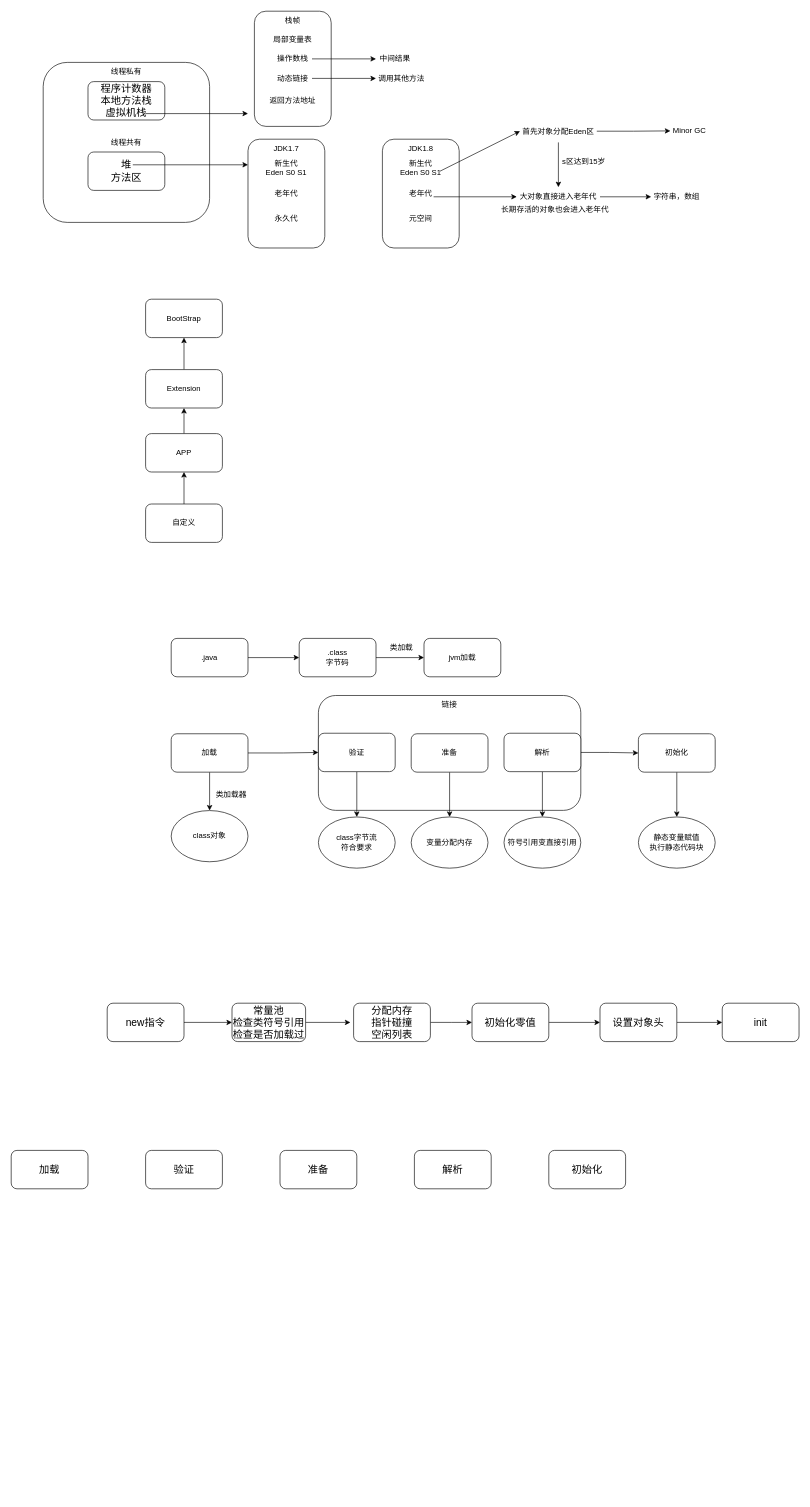
This is JVM.drawio from 1155200424/diagrams, a draw.io file, before an edit. Source tidied: cells renumbered, new cells numbered last; positions are measured from the earlier drawing's top-left corner, leaving out a move shared by most shapes. Both pictures are drawn from the tidied source at 64%, with x=0, y=0 at pixel (11, 11).
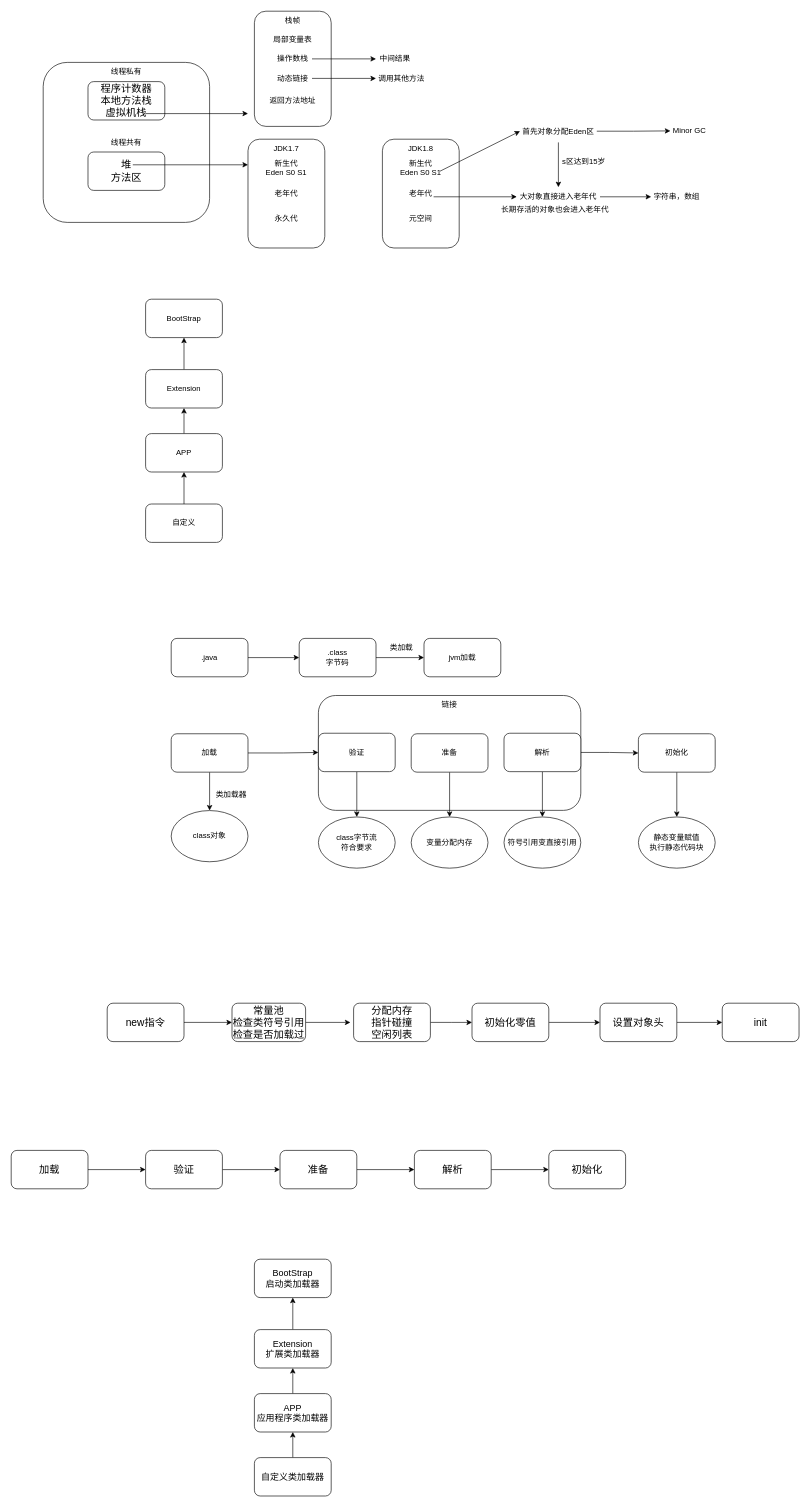
The same diagram, later.

Unchanged cells that the change refers to:
```xml
<mxCell id="84" value="加载" style="rounded=1;whiteSpace=wrap;html=1;fontSize=16;" parent="1" vertex="1">
  <mxGeometry y="1780" width="120" height="60" as="geometry" />
</mxCell>
<mxCell id="85" value="验证" style="rounded=1;whiteSpace=wrap;html=1;fontSize=16;" parent="1" vertex="1">
  <mxGeometry x="210" y="1780" width="120" height="60" as="geometry" />
</mxCell>
<mxCell id="86" value="准备" style="rounded=1;whiteSpace=wrap;html=1;fontSize=16;" parent="1" vertex="1">
  <mxGeometry x="420" y="1780" width="120" height="60" as="geometry" />
</mxCell>
<mxCell id="87" value="解析" style="rounded=1;whiteSpace=wrap;html=1;fontSize=16;" parent="1" vertex="1">
  <mxGeometry x="630" y="1780" width="120" height="60" as="geometry" />
</mxCell>
<mxCell id="88" value="初始化" style="rounded=1;whiteSpace=wrap;html=1;fontSize=16;" parent="1" vertex="1">
  <mxGeometry x="840" y="1780" width="120" height="60" as="geometry" />
</mxCell>
```

Diff of the diagram source:
```diff
@@
+    <mxCell id="89" style="edgeStyle=orthogonalEdgeStyle;rounded=0;jettySize=auto;html=1;exitX=1;exitY=0.5;exitDx=0;exitDy=0;" parent="1" edge="1" source="84" target="85">
+      <mxGeometry relative="1" as="geometry" />
+    </mxCell>
@@
+    <mxCell id="90" style="edgeStyle=orthogonalEdgeStyle;rounded=0;jettySize=auto;html=1;exitX=1;exitY=0.5;exitDx=0;exitDy=0;" parent="1" edge="1" source="85" target="86">
+      <mxGeometry relative="1" as="geometry" />
+    </mxCell>
@@
+    <mxCell id="91" style="edgeStyle=orthogonalEdgeStyle;rounded=0;jettySize=auto;html=1;exitX=1;exitY=0.5;exitDx=0;exitDy=0;" parent="1" edge="1" source="86" target="87">
+      <mxGeometry relative="1" as="geometry" />
+    </mxCell>
@@
+    <mxCell id="92" style="edgeStyle=orthogonalEdgeStyle;rounded=0;jettySize=auto;html=1;exitX=1;exitY=0.5;exitDx=0;exitDy=0;entryX=0;entryY=0.5;entryDx=0;entryDy=0;" parent="1" edge="1" source="87" target="88">
+      <mxGeometry relative="1" as="geometry" />
+    </mxCell>
@@
+    <mxCell id="93" style="edgeStyle=orthogonalEdgeStyle;rounded=0;jettySize=auto;html=1;exitX=0.5;exitY=0;exitDx=0;exitDy=0;" parent="1" edge="1" source="94" target="96">
+      <mxGeometry relative="1" as="geometry" />
+    </mxCell>
+    <mxCell id="94" value="APP&lt;div style=&quot;font-size: 14px;&quot;&gt;应用程序类加载器&lt;/div&gt;" style="rounded=1;whiteSpace=wrap;html=1;fontSize=14;" parent="1" vertex="1">
+      <mxGeometry x="380" y="2160" width="120" height="60" as="geometry" />
+    </mxCell>
+    <mxCell id="95" style="edgeStyle=orthogonalEdgeStyle;rounded=0;jettySize=auto;html=1;exitX=0.5;exitY=0;exitDx=0;exitDy=0;" parent="1" edge="1" source="96" target="97">
+      <mxGeometry relative="1" as="geometry" />
+    </mxCell>
+    <mxCell id="96" value="Extension&lt;div style=&quot;font-size: 14px;&quot;&gt;扩展&lt;span style=&quot;background-color: initial; font-size: 14px;&quot;&gt;类加载器&lt;/span&gt;&lt;/div&gt;" style="rounded=1;whiteSpace=wrap;html=1;fontSize=14;" parent="1" vertex="1">
+      <mxGeometry x="380" y="2060" width="120" height="60" as="geometry" />
+    </mxCell>
+    <mxCell id="97" value="BootStrap&lt;div&gt;启动类加载器&lt;/div&gt;" style="rounded=1;whiteSpace=wrap;html=1;fontSize=14;" parent="1" vertex="1">
+      <mxGeometry x="380" y="1950" width="120" height="60" as="geometry" />
+    </mxCell>
+    <mxCell id="98" style="edgeStyle=orthogonalEdgeStyle;rounded=0;jettySize=auto;html=1;exitX=0.5;exitY=0;exitDx=0;exitDy=0;" parent="1" edge="1" source="99" target="94">
+      <mxGeometry relative="1" as="geometry" />
+    </mxCell>
+    <mxCell id="99" value="自定义类加载器" style="rounded=1;whiteSpace=wrap;html=1;fontSize=14;" parent="1" vertex="1">
+      <mxGeometry x="380" y="2260" width="120" height="60" as="geometry" />
+    </mxCell>
```
